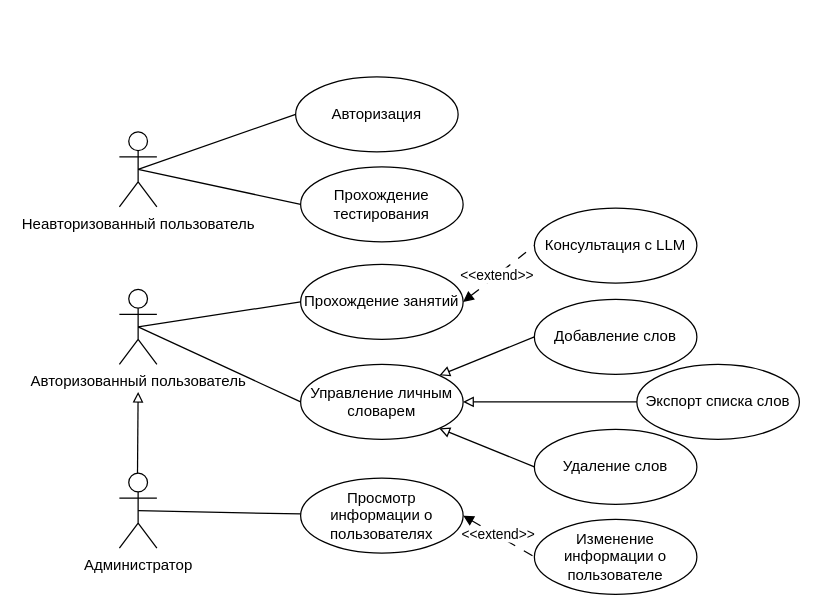
Before: use_case_starmlang_2.0.drawio in DenobBlack/Course, a draw.io diagram. Source tidied: cells renumbered, new cells numbered last; positions are measured from the earlier drawing's top-left corner, leaving out a move shared by most shapes. Both pictures are drawn from the tidied source at 125%, with x=0, y=0 at pixel (119, 76).
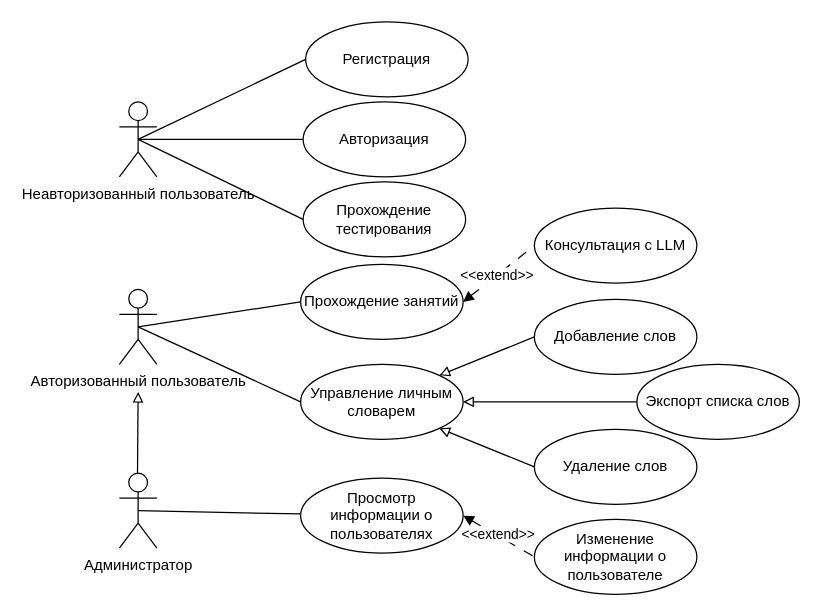
The same page after the edit.

Change to the diagram source:
```diff
@@
     <mxCell id="2" value="Неавторизованный пользователь" style="shape=umlActor;verticalLabelPosition=bottom;verticalAlign=top;html=1;outlineConnect=0;" parent="1" vertex="1">
-      <mxGeometry y="44" width="30" height="60" as="geometry" />
+      <mxGeometry y="20" width="30" height="60" as="geometry" />
     </mxCell>
@@
     <mxCell id="9" value="Прохождение тестирования" style="ellipse;whiteSpace=wrap;html=1;" parent="1" vertex="1">
-      <mxGeometry x="145" y="72" width="130" height="60" as="geometry" />
+      <mxGeometry x="147" y="84" width="130" height="60" as="geometry" />
     </mxCell>
     <mxCell id="10" value="Авторизация" style="ellipse;whiteSpace=wrap;html=1;" parent="1" vertex="1">
-      <mxGeometry x="141" width="130" height="60" as="geometry" />
+      <mxGeometry x="147" y="20" width="130" height="60" as="geometry" />
     </mxCell>
@@
+    <mxCell id="28" value="Регистрация" style="ellipse;whiteSpace=wrap;html=1;" parent="1" vertex="1">
+      <mxGeometry x="149" y="-44" width="130" height="60" as="geometry" />
+    </mxCell>
+    <mxCell id="29" style="endArrow=none;html=1;rounded=0;entryX=0;entryY=0.5;entryDx=0;entryDy=0;exitX=0.5;exitY=0.5;exitDx=0;exitDy=0;exitPerimeter=0;" parent="1" edge="1" source="2" target="28">
+      <mxGeometry relative="1" as="geometry" />
+    </mxCell>
```
